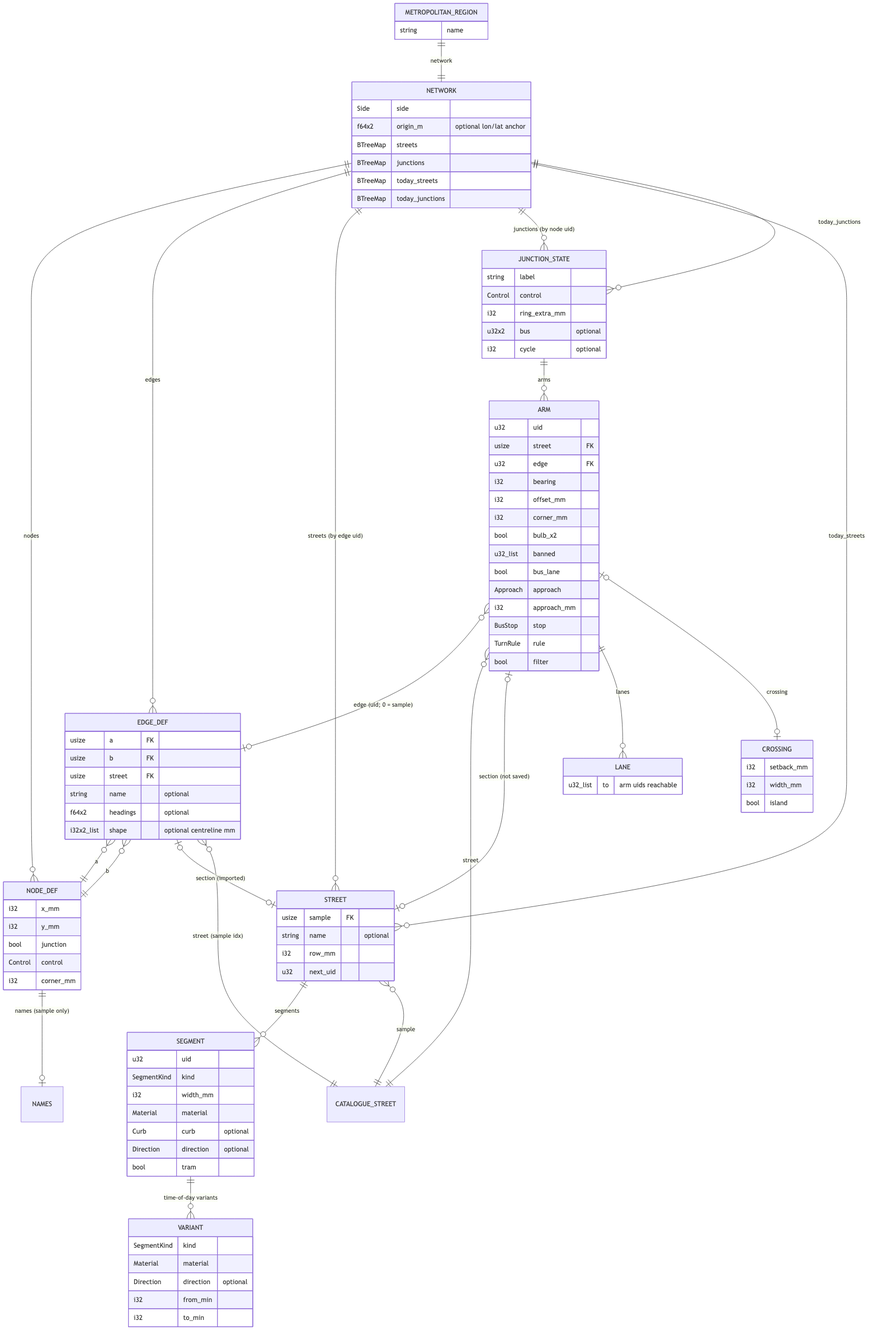
alandovskis/cityloom keeps this Mermaid diagram as docs/erd.png. Above is the earlier version. Its source is kept beside it as docs/erd.mmd.
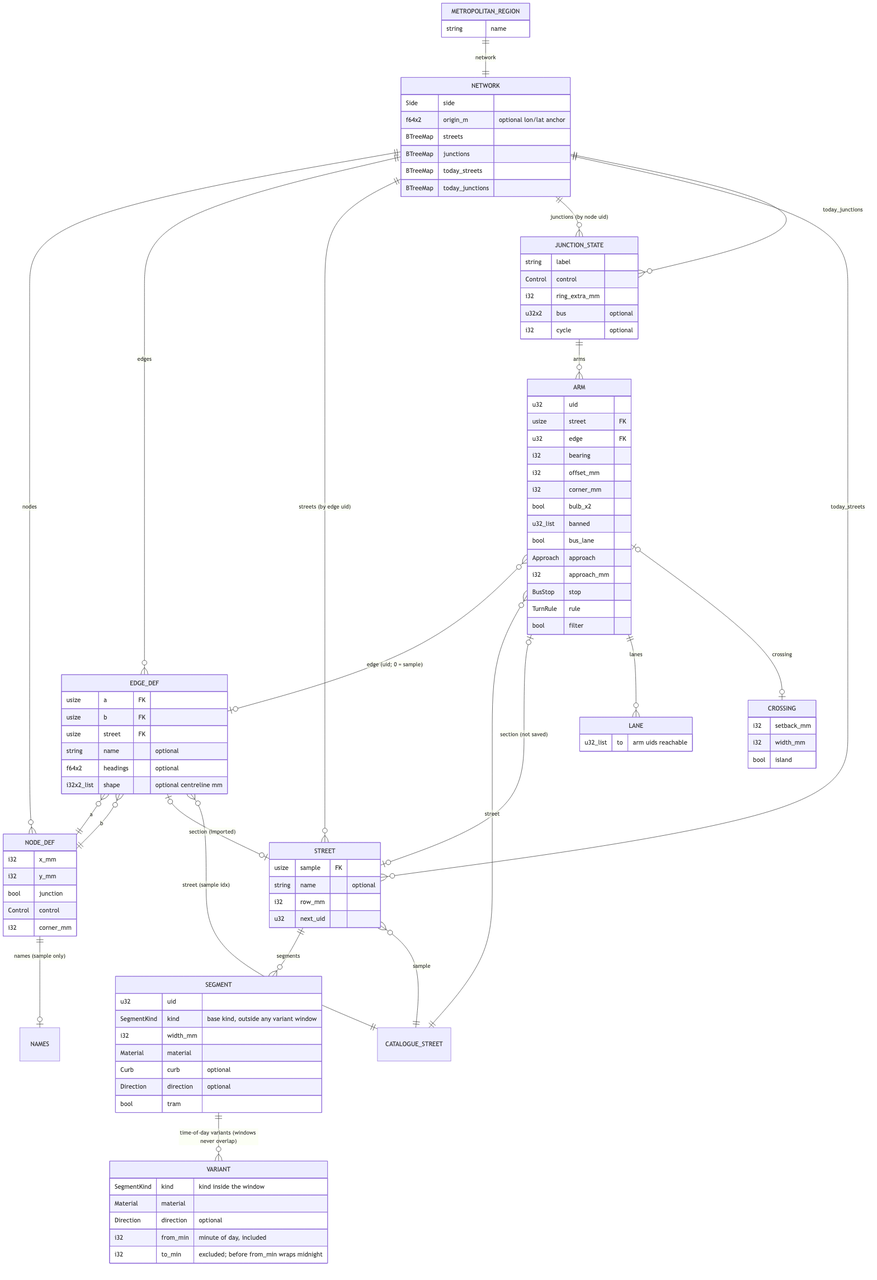
The same diagram one commit later.

Commit message:
docs(erd): show how a segment's kind varies over the day

Diff of the diagram source:
```diff
@@ -15,7 +15,7 @@
 
     STREET ||--o{ SEGMENT : segments
     STREET }o--|| CATALOGUE_STREET : "sample"
-    SEGMENT ||--o{ VARIANT : "time-of-day variants"
+    SEGMENT ||--o{ VARIANT : "time-of-day variants (windows never overlap)"
 
     JUNCTION_STATE ||--o{ ARM : arms
     ARM }o--o| EDGE_DEF : "edge (uid; 0 = sample)"
@@ -58,7 +58,7 @@
     }
     SEGMENT {
         u32 uid
-        SegmentKind kind
+        SegmentKind kind "base kind, outside any variant window"
         i32 width_mm
         Material material
         Curb curb "optional"
@@ -66,11 +66,11 @@
         bool tram
     }
     VARIANT {
-        SegmentKind kind
+        SegmentKind kind "kind inside the window"
         Material material
         Direction direction "optional"
-        i32 from_min
-        i32 to_min
+        i32 from_min "minute of day, included"
+        i32 to_min "excluded; before from_min wraps midnight"
     }
     JUNCTION_STATE {
         string label
```
